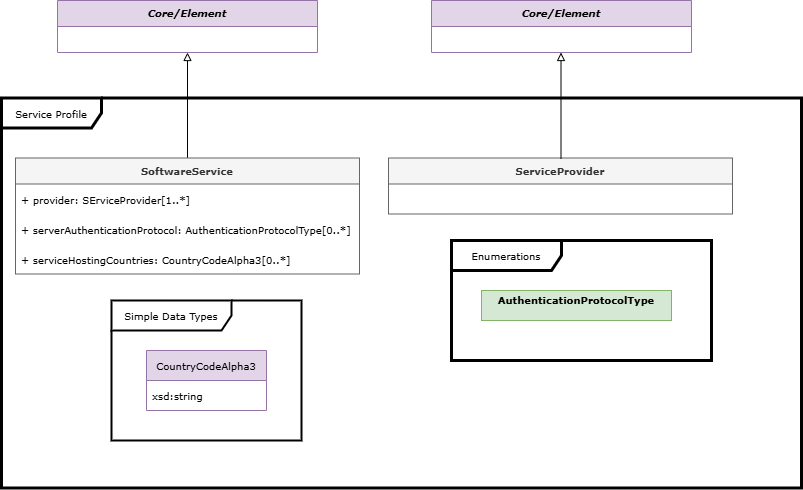
Above: images/model-Service.png in spdx/spdx-3-model (draw.io), before the change. Source tidied: cells renumbered, new cells last; positions are measured from the earlier drawing's top-left corner, leaving out a move shared by most shapes.
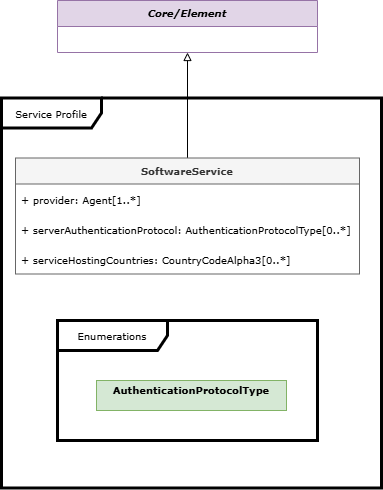
After the commit.

Commit message:
Update service diagram to match review changes

Change to the diagram source:
```diff
@@ -9,12 +9,12 @@
       <mxGeometry relative="1" as="geometry" />
     </mxCell>
     <mxCell id="4" value="Service Profile" style="shape=umlFrame;whiteSpace=wrap;html=1;width=100;height=30;strokeWidth=3;fontFamily=Verdana;fontSize=10;" parent="1" vertex="1">
-      <mxGeometry y="97.5" width="800" height="390" as="geometry" />
+      <mxGeometry y="97.5" width="380" height="390" as="geometry" />
     </mxCell>
     <mxCell id="5" value="SoftwareService" style="swimlane;fontStyle=1;horizontal=1;startSize=26;fillColor=#f5f5f5;strokeColor=#666666;fontColor=#333333;fontFamily=Verdana;fontSize=10;" parent="1" vertex="1">
       <mxGeometry x="14" y="157.5" width="344" height="116" as="geometry" />
     </mxCell>
-    <mxCell id="6" value="+ provider: SErviceProvider[1..*]" style="text;strokeColor=none;fillColor=none;align=left;verticalAlign=middle;spacingLeft=4;spacingRight=4;overflow=hidden;whiteSpace=wrap;html=1;fontFamily=Verdana;fontSize=10;" parent="5" vertex="1">
+    <mxCell id="6" value="+ provider: Agent[1..*]" style="text;strokeColor=none;fillColor=none;align=left;verticalAlign=middle;spacingLeft=4;spacingRight=4;overflow=hidden;whiteSpace=wrap;html=1;fontFamily=Verdana;fontSize=10;" parent="5" vertex="1">
       <mxGeometry y="26" width="344" height="30" as="geometry" />
     </mxCell>
     <mxCell id="7" value="+ serverAuthenticationProtocol:&amp;nbsp;AuthenticationProtocolType[0..*]" style="text;strokeColor=none;fillColor=none;align=left;verticalAlign=middle;spacingLeft=4;spacingRight=4;overflow=hidden;whiteSpace=wrap;html=1;fontFamily=Verdana;fontSize=10;" parent="5" vertex="1">
@@ -23,32 +23,11 @@
     <mxCell id="8" value="+ serviceHostingCountries: CountryCodeAlpha3[0..*]" style="text;strokeColor=none;fillColor=none;align=left;verticalAlign=middle;spacingLeft=4;spacingRight=4;overflow=hidden;whiteSpace=wrap;html=1;fontFamily=Verdana;fontSize=10;" parent="5" vertex="1">
       <mxGeometry y="86" width="344" height="30" as="geometry" />
     </mxCell>
-    <mxCell id="9" value="ServiceProvider" style="swimlane;fontStyle=1;horizontal=1;startSize=26;fillColor=#f5f5f5;strokeColor=#666666;fontColor=#333333;fontFamily=Verdana;fontSize=10;" parent="1" vertex="1">
-      <mxGeometry x="387" y="157.5" width="344" height="56" as="geometry" />
-    </mxCell>
-    <mxCell id="10" value="Core/Element" style="swimlane;fontStyle=3;horizontal=1;startSize=26;fillColor=#e1d5e7;strokeColor=#9673a6;fontFamily=Verdana;fontSize=10;" parent="1" vertex="1">
-      <mxGeometry x="430" width="260" height="52" as="geometry" />
-    </mxCell>
-    <mxCell id="11" style="endArrow=block;html=1;rounded=0;entryX=0.5;entryY=1;entryDx=0;entryDy=0;exitX=0.5;exitY=0;exitDx=0;exitDy=0;endFill=0;fontFamily=Verdana;fontSize=10;" parent="1" edge="1">
-      <mxGeometry relative="1" as="geometry">
-        <mxPoint x="559.5" y="158" as="sourcePoint" />
-        <mxPoint x="559.5" y="52" as="targetPoint" />
-      </mxGeometry>
-    </mxCell>
-    <mxCell id="12" value="Simple Data Types" style="shape=umlFrame;whiteSpace=wrap;html=1;width=120;height=30;strokeWidth=2;fontFamily=Verdana;fontSize=10;fontStyle=0;" parent="1" vertex="1">
-      <mxGeometry x="110" y="300" width="190" height="140" as="geometry" />
-    </mxCell>
-    <mxCell id="13" value="&lt;span style=&quot;text-align: left;&quot;&gt;CountryCodeAlpha3&lt;/span&gt;" style="swimlane;fontStyle=0;horizontal=1;startSize=30;whiteSpace=wrap;html=1;fontFamily=Verdana;fontSize=10;fillColor=#e1d5e7;strokeColor=#9673a6;" parent="1" vertex="1">
-      <mxGeometry x="145" y="350" width="120" height="60" as="geometry" />
-    </mxCell>
-    <mxCell id="14" value="xsd:string" style="text;strokeColor=none;fillColor=none;align=left;verticalAlign=middle;spacingLeft=4;spacingRight=4;overflow=hidden;whiteSpace=wrap;html=1;fontFamily=Verdana;fontSize=10;" parent="13" vertex="1">
-      <mxGeometry y="30" width="120" height="30" as="geometry" />
-    </mxCell>
     <mxCell id="15" value="Enumerations" style="shape=umlFrame;whiteSpace=wrap;html=1;width=110;height=30;strokeWidth=3;fontFamily=Verdana;fontSize=10;fontStyle=0;" parent="1" vertex="1">
-      <mxGeometry x="450" y="240" width="260" height="120" as="geometry" />
+      <mxGeometry x="56" y="320" width="260" height="120" as="geometry" />
     </mxCell>
     <mxCell id="16" value="&lt;p style=&quot;margin: 4px 0px 0px; text-align: center;&quot;&gt;&lt;span style=&quot;text-align: left; text-wrap-mode: wrap;&quot;&gt;&lt;b&gt;AuthenticationProtocolType&lt;/b&gt;&lt;/span&gt;&lt;/p&gt;" style="verticalAlign=top;align=left;overflow=fill;fontSize=10;fontFamily=Verdana;html=1;fillColor=#d5e8d4;strokeColor=#82b366;fontStyle=0;" parent="1" vertex="1">
-      <mxGeometry x="480" y="290" width="190" height="30" as="geometry" />
+      <mxGeometry x="95" y="380" width="190" height="30" as="geometry" />
     </mxCell>
   </root>
 </mxGraphModel>
```
